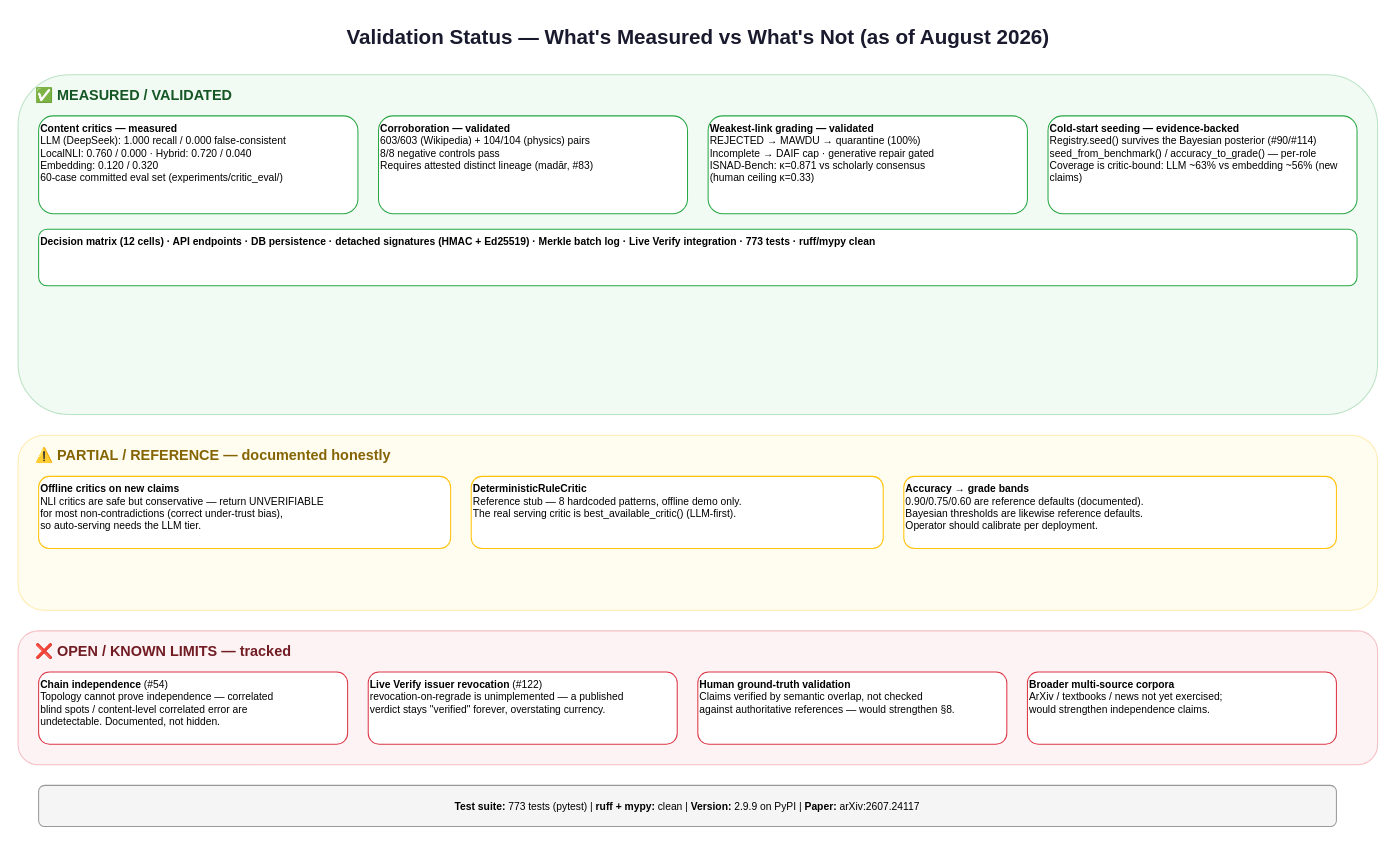
Earlier version of the draw.io diagram page "3. Validation Matrix" (3 of 3) of docs/ARCHITECTURE.drawio (alizahidraja/isnad). Source tidied: cells renumbered, new cells numbered last; positions are measured from the earlier drawing's top-left corner, leaving out a move shared by most shapes. Both pictures are drawn from the tidied source at 103%, with x=0, y=0 at pixel (18, 18).
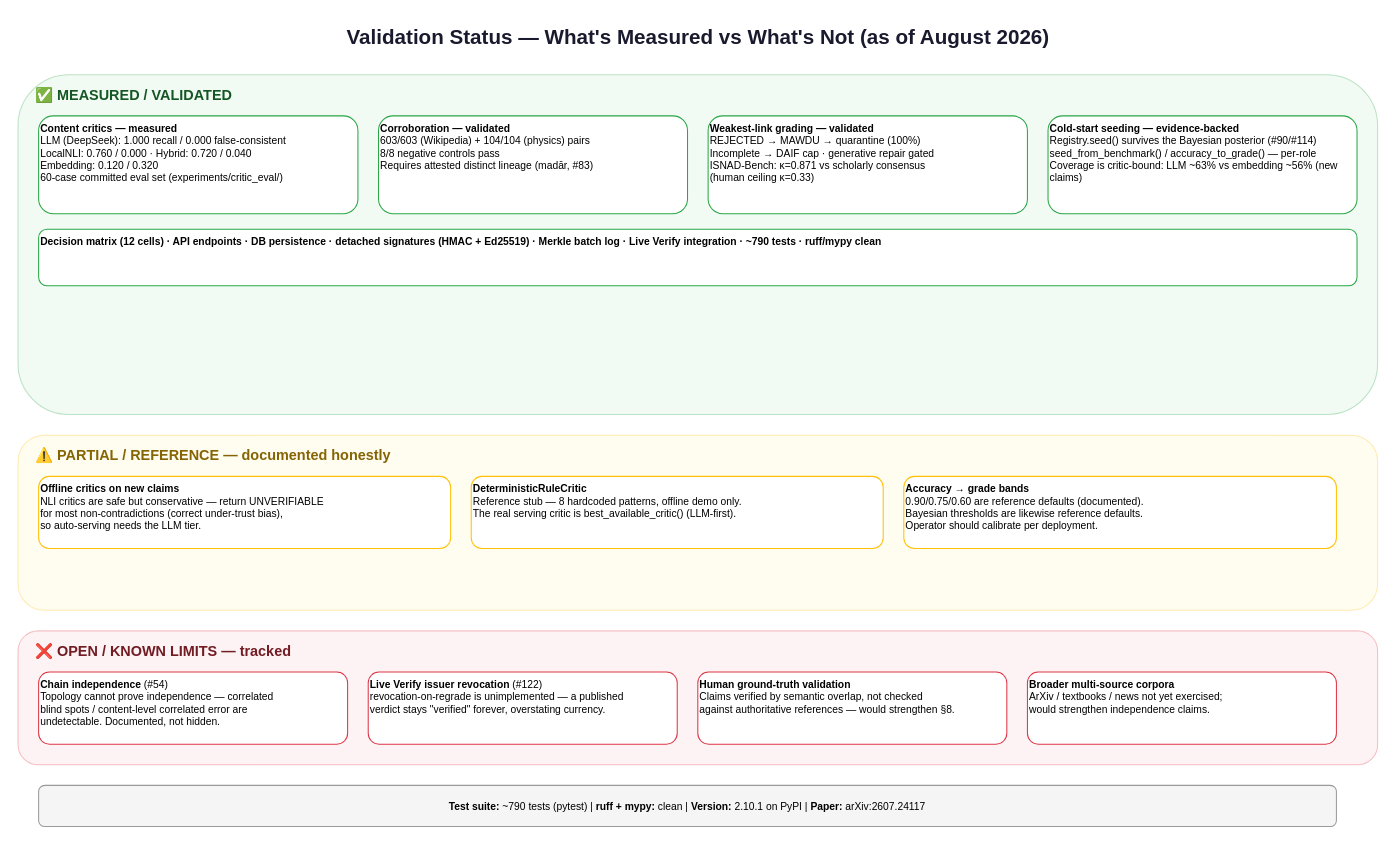
The same diagram, later.

What changed in the source:
```diff
@@
-    <mxCell id="9" value="&lt;b&gt;Decision matrix (12 cells) · API endpoints · DB persistence · detached signatures (HMAC + Ed25519) · Merkle batch log · Live Verify integration · 773 tests · ruff/mypy clean&lt;/b&gt;" style="rounded=1;whiteSpace=wrap;html=1;fillColor=#ffffff;strokeColor=#28a745;fontSize=10;align=left;verticalAlign=top;" parent="1" vertex="1">
+    <mxCell id="9" value="&lt;b&gt;Decision matrix (12 cells) · API endpoints · DB persistence · detached signatures (HMAC + Ed25519) · Merkle batch log · Live Verify integration · ~790 tests · ruff/mypy clean&lt;/b&gt;" style="rounded=1;whiteSpace=wrap;html=1;fillColor=#ffffff;strokeColor=#28a745;fontSize=10;align=left;verticalAlign=top;" parent="1" vertex="1">
       <mxGeometry x="20" y="205" width="1280" height="55" as="geometry" />
     </mxCell>
@@
-    <mxCell id="21" value="&lt;b&gt;Test suite:&lt;/b&gt; 773 tests (pytest) | &lt;b&gt;ruff + mypy:&lt;/b&gt; clean | &lt;b&gt;Version:&lt;/b&gt; 2.9.9 on PyPI | &lt;b&gt;Paper:&lt;/b&gt; arXiv:2607.24117" style="rounded=1;whiteSpace=wrap;html=1;fillColor=#f5f5f5;strokeColor=#999999;fontSize=10;align=center;" parent="1" vertex="1">
+    <mxCell id="21" value="&lt;b&gt;Test suite:&lt;/b&gt; ~790 tests (pytest) | &lt;b&gt;ruff + mypy:&lt;/b&gt; clean | &lt;b&gt;Version:&lt;/b&gt; 2.10.1 on PyPI | &lt;b&gt;Paper:&lt;/b&gt; arXiv:2607.24117" style="rounded=1;whiteSpace=wrap;html=1;fillColor=#f5f5f5;strokeColor=#999999;fontSize=10;align=center;" parent="1" vertex="1">
       <mxGeometry x="20" y="745" width="1260" height="40" as="geometry" />
     </mxCell>
```
